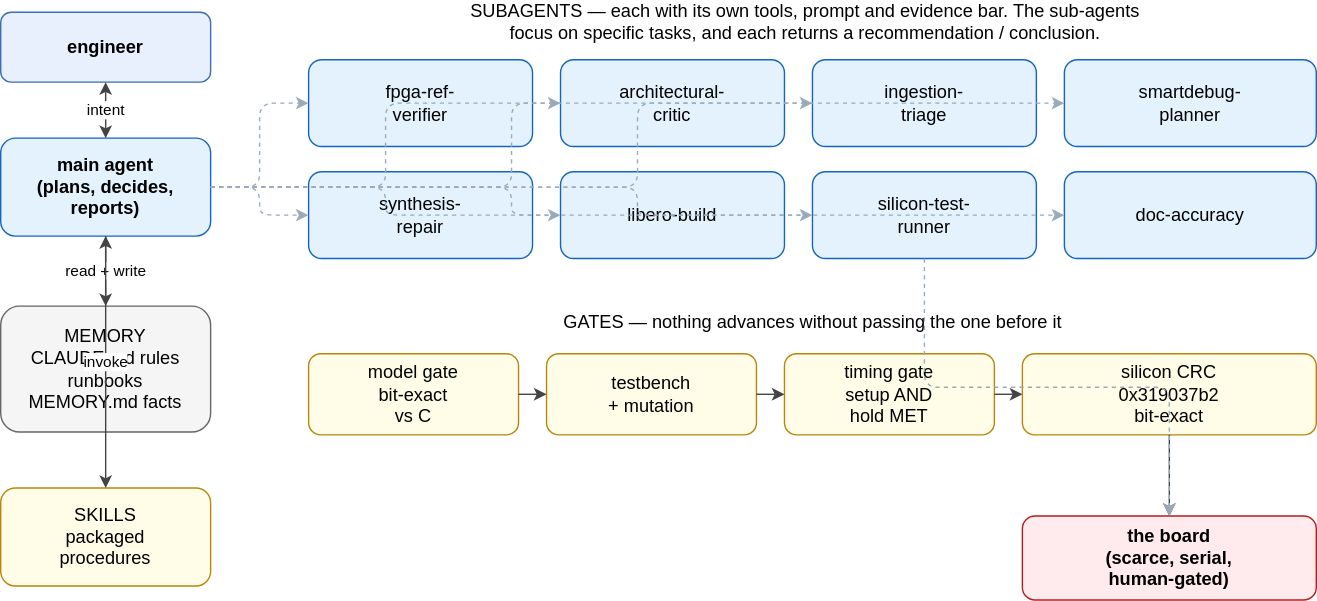
futureproofbear/mpfs250t-sar-ifp keeps this draw.io diagram as docs/slides/diagrams/fig-orchestration.drawio.svg. Above is the earlier version. Source tidied: cells renumbered, new cells last; positions are measured from the earlier drawing's top-left corner, leaving out a move shared by most shapes.
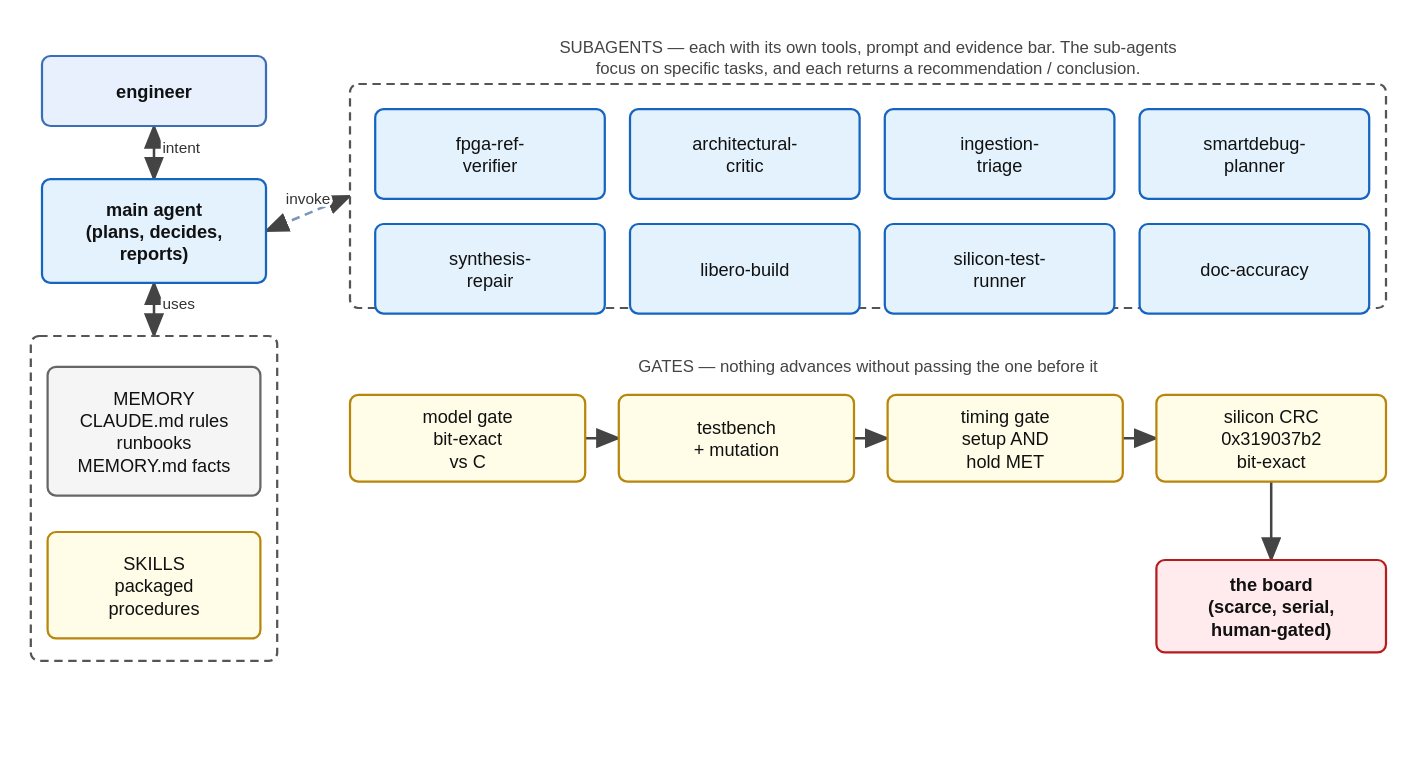
After the commit.

Commit message:
slides: fix the false flow arrows in the orchestration figure

Diff of the diagram source:
```diff
@@ -3,109 +3,88 @@
     <mxCell id="0" />
     <mxCell id="1" parent="0" />
     <mxCell id="2" value="engineer" style="rounded=1;whiteSpace=wrap;html=1;fillColor=#E8F0FE;strokeColor=#3A6FB8;fontSize=13;fontFamily=Helvetica;align=center;verticalAlign=middle;fontStyle=1;" parent="1" vertex="1">
-      <mxGeometry y="4" width="150" height="50" as="geometry" />
+      <mxGeometry x="-10" y="4" width="160" height="50" as="geometry" />
     </mxCell>
     <mxCell id="3" value="main agent&#10;(plans, decides,&#10;reports)" style="rounded=1;whiteSpace=wrap;html=1;fillColor=#E3F2FD;strokeColor=#1565C0;fontSize=13;fontFamily=Helvetica;align=center;verticalAlign=middle;fontStyle=1;" parent="1" vertex="1">
-      <mxGeometry y="94" width="150" height="70" as="geometry" />
+      <mxGeometry x="-10" y="92" width="160" height="74" as="geometry" />
     </mxCell>
+    <mxCell id="37" style="rounded=1;whiteSpace=wrap;html=1;fillColor=#FFFFFF;strokeColor=#555555;fontSize=13;fontFamily=Helvetica;align=center;verticalAlign=middle;dashed=1;" parent="1" vertex="1">
+      <mxGeometry x="-18" y="204" width="176" height="232" as="geometry" />
+    </mxCell>
     <mxCell id="4" value="MEMORY&#10;CLAUDE.md rules&#10;runbooks&#10;MEMORY.md facts" style="rounded=1;whiteSpace=wrap;html=1;fillColor=#F5F5F5;strokeColor=#666666;fontSize=13;fontFamily=Helvetica;align=center;verticalAlign=middle;" parent="1" vertex="1">
-      <mxGeometry y="214" width="150" height="90" as="geometry" />
+      <mxGeometry x="-6" y="226" width="152" height="92" as="geometry" />
     </mxCell>
     <mxCell id="5" value="SKILLS&#10;packaged&#10;procedures" style="rounded=1;whiteSpace=wrap;html=1;fillColor=#FFFDE7;strokeColor=#B8860B;fontSize=13;fontFamily=Helvetica;align=center;verticalAlign=middle;" parent="1" vertex="1">
-      <mxGeometry y="344" width="150" height="70" as="geometry" />
+      <mxGeometry x="-6" y="344" width="152" height="76" as="geometry" />
     </mxCell>
+    <mxCell id="38" style="rounded=1;whiteSpace=wrap;html=1;fillColor=#FFFFFF;strokeColor=#555555;fontSize=13;fontFamily=Helvetica;align=center;verticalAlign=middle;dashed=1;" parent="1" vertex="1">
+      <mxGeometry x="210" y="24" width="740" height="160" as="geometry" />
+    </mxCell>
-    <mxCell id="6" value="SUBAGENTS  —  each with its own tools, prompt and evidence bar. The sub-agents focus on specific tasks, and each returns a recommendation / conclusion.&amp;nbsp;&amp;nbsp;" style="text;html=1;strokeColor=none;fillColor=none;align=center;verticalAlign=middle;fontSize=13;fontFamily=Helvetica;whiteSpace=wrap;" parent="1" vertex="1">
-      <mxGeometry x="330" width="490" height="22" as="geometry" />
+    <mxCell id="6" value="SUBAGENTS  —  each with its own tools, prompt and evidence bar. The sub-agents&#10;focus on specific tasks, and each returns a recommendation / conclusion." style="text;html=1;strokeColor=none;fillColor=none;align=center;verticalAlign=middle;fontSize=12;fontFamily=Helvetica;" parent="1" vertex="1">
+      <mxGeometry x="210" y="-10" width="740" height="30" as="geometry" />
     </mxCell>
+    <mxCell id="39" value="fpga-ref-&#10;verifier" style="rounded=1;whiteSpace=wrap;html=1;fillColor=#E3F2FD;strokeColor=#1565C0;fontSize=13;fontFamily=Helvetica;align=center;verticalAlign=middle;" parent="1" vertex="1">
+      <mxGeometry x="228" y="42" width="164" height="64" as="geometry" />
+    </mxCell>
-    <mxCell id="7" value="fpga-ref-&#10;verifier" style="rounded=1;whiteSpace=wrap;html=1;fillColor=#E3F2FD;strokeColor=#1565C0;fontSize=13;fontFamily=Helvetica;align=center;verticalAlign=middle;" parent="1" vertex="1">
-      <mxGeometry x="220" y="38" width="160" height="62" as="geometry" />
+    <mxCell id="7" value="architectural-&#10;critic" style="rounded=1;whiteSpace=wrap;html=1;fillColor=#E3F2FD;strokeColor=#1565C0;fontSize=13;fontFamily=Helvetica;align=center;verticalAlign=middle;" parent="1" vertex="1">
+      <mxGeometry x="410" y="42" width="164" height="64" as="geometry" />
     </mxCell>
-    <mxCell id="8" value="architectural-&#10;critic" style="rounded=1;whiteSpace=wrap;html=1;fillColor=#E3F2FD;strokeColor=#1565C0;fontSize=13;fontFamily=Helvetica;align=center;verticalAlign=middle;" parent="1" vertex="1">
-      <mxGeometry x="400" y="38" width="160" height="62" as="geometry" />
+    <mxCell id="8" value="ingestion-&#10;triage" style="rounded=1;whiteSpace=wrap;html=1;fillColor=#E3F2FD;strokeColor=#1565C0;fontSize=13;fontFamily=Helvetica;align=center;verticalAlign=middle;" parent="1" vertex="1">
+      <mxGeometry x="592" y="42" width="164" height="64" as="geometry" />
     </mxCell>
-    <mxCell id="9" value="ingestion-&#10;triage" style="rounded=1;whiteSpace=wrap;html=1;fillColor=#E3F2FD;strokeColor=#1565C0;fontSize=13;fontFamily=Helvetica;align=center;verticalAlign=middle;" parent="1" vertex="1">
-      <mxGeometry x="580" y="38" width="160" height="62" as="geometry" />
+    <mxCell id="9" value="smartdebug-&#10;planner" style="rounded=1;whiteSpace=wrap;html=1;fillColor=#E3F2FD;strokeColor=#1565C0;fontSize=13;fontFamily=Helvetica;align=center;verticalAlign=middle;" parent="1" vertex="1">
+      <mxGeometry x="774" y="42" width="164" height="64" as="geometry" />
     </mxCell>
-    <mxCell id="10" value="smartdebug-&#10;planner" style="rounded=1;whiteSpace=wrap;html=1;fillColor=#E3F2FD;strokeColor=#1565C0;fontSize=13;fontFamily=Helvetica;align=center;verticalAlign=middle;" parent="1" vertex="1">
-      <mxGeometry x="760" y="38" width="180" height="62" as="geometry" />
+    <mxCell id="10" value="synthesis-&#10;repair" style="rounded=1;whiteSpace=wrap;html=1;fillColor=#E3F2FD;strokeColor=#1565C0;fontSize=13;fontFamily=Helvetica;align=center;verticalAlign=middle;" parent="1" vertex="1">
+      <mxGeometry x="228" y="124" width="164" height="64" as="geometry" />
     </mxCell>
-    <mxCell id="11" value="synthesis-&#10;repair" style="rounded=1;whiteSpace=wrap;html=1;fillColor=#E3F2FD;strokeColor=#1565C0;fontSize=13;fontFamily=Helvetica;align=center;verticalAlign=middle;" parent="1" vertex="1">
-      <mxGeometry x="220" y="118" width="160" height="62" as="geometry" />
+    <mxCell id="11" value="libero-build" style="rounded=1;whiteSpace=wrap;html=1;fillColor=#E3F2FD;strokeColor=#1565C0;fontSize=13;fontFamily=Helvetica;align=center;verticalAlign=middle;" parent="1" vertex="1">
+      <mxGeometry x="410" y="124" width="164" height="64" as="geometry" />
     </mxCell>
-    <mxCell id="12" value="libero-build" style="rounded=1;whiteSpace=wrap;html=1;fillColor=#E3F2FD;strokeColor=#1565C0;fontSize=13;fontFamily=Helvetica;align=center;verticalAlign=middle;" parent="1" vertex="1">
-      <mxGeometry x="400" y="118" width="160" height="62" as="geometry" />
+    <mxCell id="12" value="silicon-test-&#10;runner" style="rounded=1;whiteSpace=wrap;html=1;fillColor=#E3F2FD;strokeColor=#1565C0;fontSize=13;fontFamily=Helvetica;align=center;verticalAlign=middle;" parent="1" vertex="1">
+      <mxGeometry x="592" y="124" width="164" height="64" as="geometry" />
     </mxCell>
-    <mxCell id="13" value="silicon-test-&#10;runner" style="rounded=1;whiteSpace=wrap;html=1;fillColor=#E3F2FD;strokeColor=#1565C0;fontSize=13;fontFamily=Helvetica;align=center;verticalAlign=middle;" parent="1" vertex="1">
-      <mxGeometry x="580" y="118" width="160" height="62" as="geometry" />
+    <mxCell id="13" value="doc-accuracy" style="rounded=1;whiteSpace=wrap;html=1;fillColor=#E3F2FD;strokeColor=#1565C0;fontSize=13;fontFamily=Helvetica;align=center;verticalAlign=middle;" parent="1" vertex="1">
+      <mxGeometry x="774" y="124" width="164" height="64" as="geometry" />
     </mxCell>
-    <mxCell id="14" value="doc-accuracy" style="rounded=1;whiteSpace=wrap;html=1;fillColor=#E3F2FD;strokeColor=#1565C0;fontSize=13;fontFamily=Helvetica;align=center;verticalAlign=middle;" parent="1" vertex="1">
-      <mxGeometry x="760" y="118" width="180" height="62" as="geometry" />
-    </mxCell>
-    <mxCell id="15" value="GATES  —  nothing advances without passing the one before it" style="text;html=1;strokeColor=none;fillColor=none;align=center;verticalAlign=middle;fontSize=13;fontFamily=Helvetica;" parent="1" vertex="1">
-      <mxGeometry x="220" y="214" width="720" height="22" as="geometry" />
+    <mxCell id="15" value="GATES  —  nothing advances without passing the one before it" style="text;html=1;strokeColor=none;fillColor=none;align=center;verticalAlign=middle;fontSize=12;fontFamily=Helvetica;" parent="1" vertex="1">
+      <mxGeometry x="210" y="214" width="740" height="22" as="geometry" />
     </mxCell>
     <mxCell id="16" value="model gate&#10;bit-exact&#10;vs C" style="rounded=1;whiteSpace=wrap;html=1;fillColor=#FFFDE7;strokeColor=#B8860B;fontSize=13;fontFamily=Helvetica;align=center;verticalAlign=middle;" parent="1" vertex="1">
-      <mxGeometry x="220" y="248" width="150" height="58" as="geometry" />
+      <mxGeometry x="210" y="246" width="168" height="62" as="geometry" />
     </mxCell>
     <mxCell id="17" value="testbench&#10;+ mutation" style="rounded=1;whiteSpace=wrap;html=1;fillColor=#FFFDE7;strokeColor=#B8860B;fontSize=13;fontFamily=Helvetica;align=center;verticalAlign=middle;" parent="1" vertex="1">
-      <mxGeometry x="390" y="248" width="150" height="58" as="geometry" />
+      <mxGeometry x="402" y="246" width="168" height="62" as="geometry" />
     </mxCell>
     <mxCell id="18" value="timing gate&#10;setup AND&#10;hold MET" style="rounded=1;whiteSpace=wrap;html=1;fillColor=#FFFDE7;strokeColor=#B8860B;fontSize=13;fontFamily=Helvetica;align=center;verticalAlign=middle;" parent="1" vertex="1">
-      <mxGeometry x="560" y="248" width="150" height="58" as="geometry" />
+      <mxGeometry x="594" y="246" width="168" height="62" as="geometry" />
     </mxCell>
     <mxCell id="19" value="silicon CRC&#10;0x319037b2&#10;bit-exact" style="rounded=1;whiteSpace=wrap;html=1;fillColor=#FFFDE7;strokeColor=#B8860B;fontSize=13;fontFamily=Helvetica;align=center;verticalAlign=middle;" parent="1" vertex="1">
-      <mxGeometry x="730" y="248" width="210" height="58" as="geometry" />
+      <mxGeometry x="786" y="246" width="164" height="62" as="geometry" />
     </mxCell>
     <mxCell id="20" value="the board&#10;(scarce, serial,&#10;human-gated)" style="rounded=1;whiteSpace=wrap;html=1;fillColor=#FFEBEE;strokeColor=#B71C1C;fontSize=13;fontFamily=Helvetica;align=center;verticalAlign=middle;fontStyle=1;" parent="1" vertex="1">
-      <mxGeometry x="730" y="364" width="210" height="60" as="geometry" />
+      <mxGeometry x="786" y="364" width="164" height="66" as="geometry" />
     </mxCell>
     <mxCell id="21" value="intent" style="edgeStyle=orthogonalEdgeStyle;rounded=1;html=1;fontSize=11;strokeColor=#444444;startArrow=classic;startFill=1;" parent="1" edge="1" source="2" target="3">
       <mxGeometry relative="1" as="geometry" />
     </mxCell>
-    <mxCell id="22" value="read + write" style="edgeStyle=orthogonalEdgeStyle;rounded=1;html=1;fontSize=11;strokeColor=#444444;startArrow=classic;startFill=1;" parent="1" edge="1" source="3" target="4">
+    <mxCell id="22" value="uses" style="edgeStyle=orthogonalEdgeStyle;rounded=1;html=1;fontSize=11;strokeColor=#444444;startArrow=classic;startFill=1;" parent="1" edge="1" source="3" target="37">
       <mxGeometry relative="1" as="geometry" />
     </mxCell>
-    <mxCell id="23" value="invoke" style="edgeStyle=orthogonalEdgeStyle;rounded=1;html=1;fontSize=11;strokeColor=#444444;" parent="1" edge="1" source="3" target="5">
+    <mxCell id="23" value="invoke" style="edgeStyle=orthogonalEdgeStyle;rounded=1;html=1;fontSize=11;strokeColor=#7A96B8;dashed=1;startArrow=classic;startFill=1;" parent="1" edge="1" source="3" target="38">
       <mxGeometry relative="1" as="geometry" />
     </mxCell>
-    <mxCell id="24" style="edgeStyle=orthogonalEdgeStyle;rounded=1;html=1;fontSize=11;strokeColor=#9AB;dashed=1;" parent="1" edge="1" source="3" target="7">
+    <mxCell id="24" style="edgeStyle=orthogonalEdgeStyle;rounded=1;html=1;fontSize=11;strokeColor=#444444;" parent="1" edge="1" source="16" target="17">
       <mxGeometry relative="1" as="geometry" />
     </mxCell>
-    <mxCell id="25" style="edgeStyle=orthogonalEdgeStyle;rounded=1;html=1;fontSize=11;strokeColor=#9AB;dashed=1;" parent="1" edge="1" source="3" target="8">
+    <mxCell id="25" style="edgeStyle=orthogonalEdgeStyle;rounded=1;html=1;fontSize=11;strokeColor=#444444;" parent="1" edge="1" source="17" target="18">
       <mxGeometry relative="1" as="geometry" />
     </mxCell>
-    <mxCell id="26" style="edgeStyle=orthogonalEdgeStyle;rounded=1;html=1;fontSize=11;strokeColor=#9AB;dashed=1;" parent="1" edge="1" source="3" target="9">
+    <mxCell id="26" style="edgeStyle=orthogonalEdgeStyle;rounded=1;html=1;fontSize=11;strokeColor=#444444;" parent="1" edge="1" source="18" target="19">
       <mxGeometry relative="1" as="geometry" />
     </mxCell>
-    <mxCell id="27" style="edgeStyle=orthogonalEdgeStyle;rounded=1;html=1;fontSize=11;strokeColor=#9AB;dashed=1;" parent="1" edge="1" source="3" target="10">
+    <mxCell id="27" style="edgeStyle=orthogonalEdgeStyle;rounded=1;html=1;fontSize=11;strokeColor=#444444;" parent="1" edge="1" source="19" target="20">
       <mxGeometry relative="1" as="geometry" />
     </mxCell>
-    <mxCell id="28" style="edgeStyle=orthogonalEdgeStyle;rounded=1;html=1;fontSize=11;strokeColor=#9AB;dashed=1;" parent="1" edge="1" source="3" target="11">
-      <mxGeometry relative="1" as="geometry" />
-    </mxCell>
-    <mxCell id="29" style="edgeStyle=orthogonalEdgeStyle;rounded=1;html=1;fontSize=11;strokeColor=#9AB;dashed=1;" parent="1" edge="1" source="3" target="12">
-      <mxGeometry relative="1" as="geometry" />
-    </mxCell>
-    <mxCell id="30" style="edgeStyle=orthogonalEdgeStyle;rounded=1;html=1;fontSize=11;strokeColor=#9AB;dashed=1;" parent="1" edge="1" source="3" target="13">
-      <mxGeometry relative="1" as="geometry" />
-    </mxCell>
-    <mxCell id="31" style="edgeStyle=orthogonalEdgeStyle;rounded=1;html=1;fontSize=11;strokeColor=#9AB;dashed=1;" parent="1" edge="1" source="3" target="14">
-      <mxGeometry relative="1" as="geometry" />
-    </mxCell>
-    <mxCell id="32" style="edgeStyle=orthogonalEdgeStyle;rounded=1;html=1;fontSize=11;strokeColor=#444444;" parent="1" edge="1" source="16" target="17">
-      <mxGeometry relative="1" as="geometry" />
-    </mxCell>
-    <mxCell id="33" style="edgeStyle=orthogonalEdgeStyle;rounded=1;html=1;fontSize=11;strokeColor=#444444;" parent="1" edge="1" source="17" target="18">
-      <mxGeometry relative="1" as="geometry" />
-    </mxCell>
-    <mxCell id="34" style="edgeStyle=orthogonalEdgeStyle;rounded=1;html=1;fontSize=11;strokeColor=#444444;" parent="1" edge="1" source="18" target="19">
-      <mxGeometry relative="1" as="geometry" />
-    </mxCell>
-    <mxCell id="35" style="edgeStyle=orthogonalEdgeStyle;rounded=1;html=1;fontSize=11;strokeColor=#444444;" parent="1" edge="1" source="19" target="20">
-      <mxGeometry relative="1" as="geometry" />
-    </mxCell>
-    <mxCell id="36" style="edgeStyle=orthogonalEdgeStyle;rounded=1;html=1;fontSize=11;strokeColor=#9AB;dashed=1;" parent="1" edge="1" source="13" target="20">
-      <mxGeometry relative="1" as="geometry" />
-    </mxCell>
   </root>
 </mxGraphModel>
```
